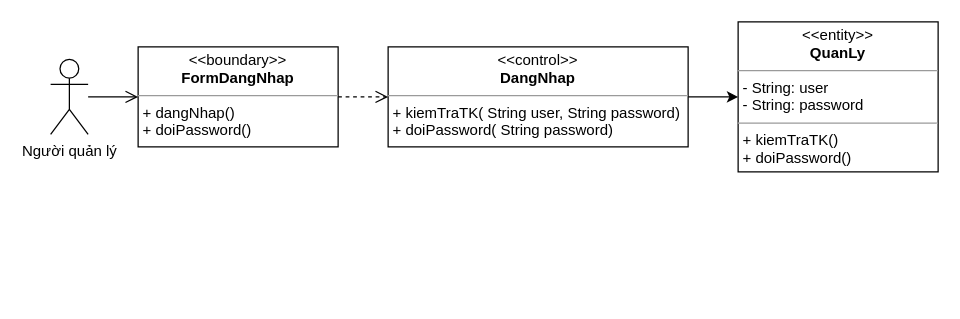
Above: page "Dang nhap" (1 of 2) of DangNhap class Diagram.drawio in LocalHost127000/OODA (draw.io), before the change. Source tidied: cells renumbered, new cells numbered last; positions are measured from the earlier drawing's top-left corner, leaving out a move shared by most shapes. Both pictures are drawn from the tidied source at 125%, with x=0, y=0 at pixel (50, 21).
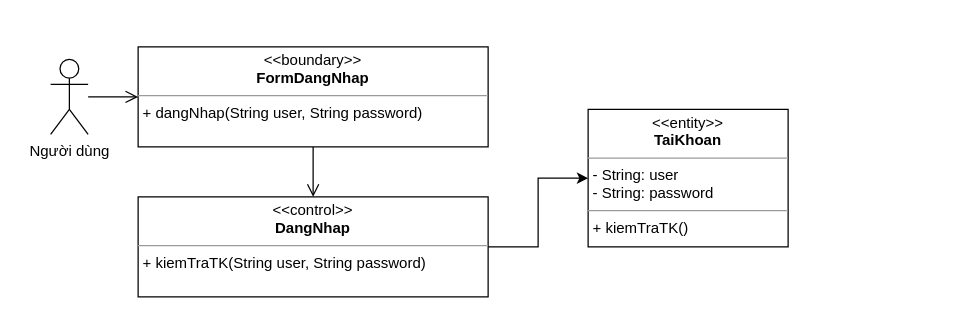
After the change.

The edit, as a diff of the source:
```diff
@@
 <mxGraphModel>
   <root>
     <mxCell id="0" />
     <mxCell id="1" parent="0" />
-    <mxCell id="2" style="edgeStyle=orthogonalEdgeStyle;rounded=0;jettySize=auto;html=1;endArrow=open;endFill=0;endSize=8;dashed=1;" parent="1" edge="1" source="3" target="5">
+    <mxCell id="2" style="edgeStyle=orthogonalEdgeStyle;rounded=0;jettySize=auto;html=1;endArrow=open;endFill=0;endSize=8;" parent="1" edge="1" source="3" target="5">
       <mxGeometry relative="1" as="geometry" />
     </mxCell>
-    <mxCell id="3" value="&lt;p style=&quot;margin: 0px ; margin-top: 4px ; text-align: center&quot;&gt;&amp;lt;&amp;lt;boundary&amp;gt;&amp;gt;&lt;br&gt;&lt;b&gt;FormDangNhap&lt;/b&gt;&lt;/p&gt;&lt;hr size=&quot;1&quot;&gt;&lt;p style=&quot;margin: 0px ; margin-left: 4px&quot;&gt;+ dangNhap()&lt;br&gt;+ doiPassword()&lt;/p&gt;" style="verticalAlign=top;align=left;overflow=fill;fontSize=12;fontFamily=Helvetica;html=1;" parent="1" vertex="1">
-      <mxGeometry x="70" y="20" width="160" height="80" as="geometry" />
+    <mxCell id="3" value="&lt;p style=&quot;margin: 0px ; margin-top: 4px ; text-align: center&quot;&gt;&amp;lt;&amp;lt;boundary&amp;gt;&amp;gt;&lt;br&gt;&lt;b&gt;FormDangNhap&lt;/b&gt;&lt;/p&gt;&lt;hr size=&quot;1&quot;&gt;&lt;p style=&quot;margin: 0px ; margin-left: 4px&quot;&gt;+ dangNhap(String user, String password)&lt;br&gt;&lt;/p&gt;" style="verticalAlign=top;align=left;overflow=fill;fontSize=12;fontFamily=Helvetica;html=1;" parent="1" vertex="1">
+      <mxGeometry x="70" y="20" width="280" height="80" as="geometry" />
     </mxCell>
     <mxCell id="4" style="edgeStyle=orthogonalEdgeStyle;rounded=0;jettySize=auto;html=1;endArrow=classic;endFill=1;endSize=6;" parent="1" edge="1" source="5" target="6">
       <mxGeometry relative="1" as="geometry" />
     </mxCell>
-    <mxCell id="5" value="&lt;p style=&quot;margin: 0px ; margin-top: 4px ; text-align: center&quot;&gt;&amp;lt;&amp;lt;control&amp;gt;&amp;gt;&lt;br&gt;&lt;b&gt;DangNhap&lt;/b&gt;&lt;/p&gt;&lt;hr size=&quot;1&quot;&gt;&lt;p style=&quot;margin: 0px ; margin-left: 4px&quot;&gt;+ kiemTraTK( String user, String password)&lt;br&gt;+ doiPassword( String password)&lt;/p&gt;" style="verticalAlign=top;align=left;overflow=fill;fontSize=12;fontFamily=Helvetica;html=1;" parent="1" vertex="1">
-      <mxGeometry x="270" y="20" width="240" height="80" as="geometry" />
+    <mxCell id="5" value="&lt;p style=&quot;margin: 0px ; margin-top: 4px ; text-align: center&quot;&gt;&amp;lt;&amp;lt;control&amp;gt;&amp;gt;&lt;br&gt;&lt;b&gt;DangNhap&lt;/b&gt;&lt;/p&gt;&lt;hr size=&quot;1&quot;&gt;&lt;p style=&quot;margin: 0px ; margin-left: 4px&quot;&gt;+ kiemTraTK(String user, String password)&lt;br&gt;&lt;/p&gt;" style="verticalAlign=top;align=left;overflow=fill;fontSize=12;fontFamily=Helvetica;html=1;" parent="1" vertex="1">
+      <mxGeometry x="70" y="140" width="280" height="80" as="geometry" />
     </mxCell>
-    <mxCell id="6" value="&lt;p style=&quot;margin: 0px ; margin-top: 4px ; text-align: center&quot;&gt;&amp;lt;&amp;lt;entity&amp;gt;&amp;gt;&lt;br&gt;&lt;b&gt;QuanLy&lt;/b&gt;&lt;/p&gt;&lt;hr size=&quot;1&quot;&gt;&lt;p style=&quot;margin: 0px ; margin-left: 4px&quot;&gt;- String: user&lt;br&gt;- String: password&lt;/p&gt;&lt;hr size=&quot;1&quot;&gt;&lt;p style=&quot;margin: 0px ; margin-left: 4px&quot;&gt;+ kiemTraTK()&lt;br&gt;+ doiPassword()&lt;/p&gt;" style="verticalAlign=top;align=left;overflow=fill;fontSize=12;fontFamily=Helvetica;html=1;" parent="1" vertex="1">
-      <mxGeometry x="550" width="160" height="120" as="geometry" />
+    <mxCell id="6" value="&lt;p style=&quot;margin: 0px ; margin-top: 4px ; text-align: center&quot;&gt;&amp;lt;&amp;lt;entity&amp;gt;&amp;gt;&lt;br&gt;&lt;b&gt;TaiKhoan&lt;/b&gt;&lt;/p&gt;&lt;hr size=&quot;1&quot;&gt;&lt;p style=&quot;margin: 0px ; margin-left: 4px&quot;&gt;- String: user&lt;br&gt;- String: password&lt;/p&gt;&lt;hr size=&quot;1&quot;&gt;&lt;p style=&quot;margin: 0px ; margin-left: 4px&quot;&gt;+ kiemTraTK()&lt;br&gt;&lt;/p&gt;" style="verticalAlign=top;align=left;overflow=fill;fontSize=12;fontFamily=Helvetica;html=1;" parent="1" vertex="1">
+      <mxGeometry x="430" y="70" width="160" height="110" as="geometry" />
     </mxCell>
     <mxCell id="7" style="edgeStyle=orthogonalEdgeStyle;rounded=0;jettySize=auto;html=1;endArrow=open;endFill=0;endSize=8;" parent="1" edge="1" source="8" target="3">
       <mxGeometry relative="1" as="geometry" />
     </mxCell>
-    <mxCell id="8" value="Người quản lý" style="shape=umlActor;verticalLabelPosition=bottom;verticalAlign=top;html=1;outlineConnect=0;" parent="1" vertex="1">
+    <mxCell id="8" value="Người dùng" style="shape=umlActor;verticalLabelPosition=bottom;verticalAlign=top;html=1;outlineConnect=0;" parent="1" vertex="1">
       <mxGeometry y="30" width="30" height="60" as="geometry" />
     </mxCell>
   </root>
 </mxGraphModel>
```
